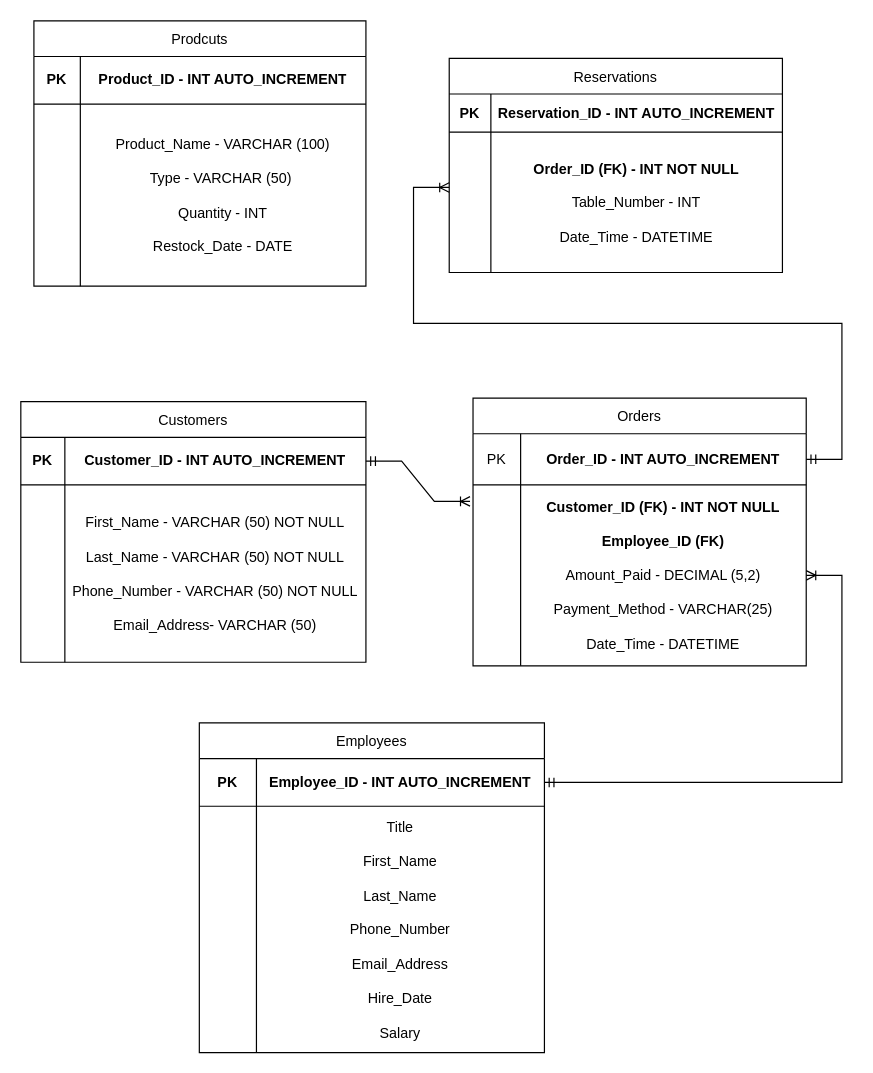
The draw.io diagram 2.A_Diagramming Your Database_Guerrero.V.drawio in Vanessa-Guerrero/W2_Exercises, before the edit. Source tidied: cells renumbered, new cells numbered last; positions are measured from the earlier drawing's top-left corner, leaving out a move shared by most shapes. Both pictures are drawn from the tidied source at 119%, with x=0, y=0 at pixel (20, 20).
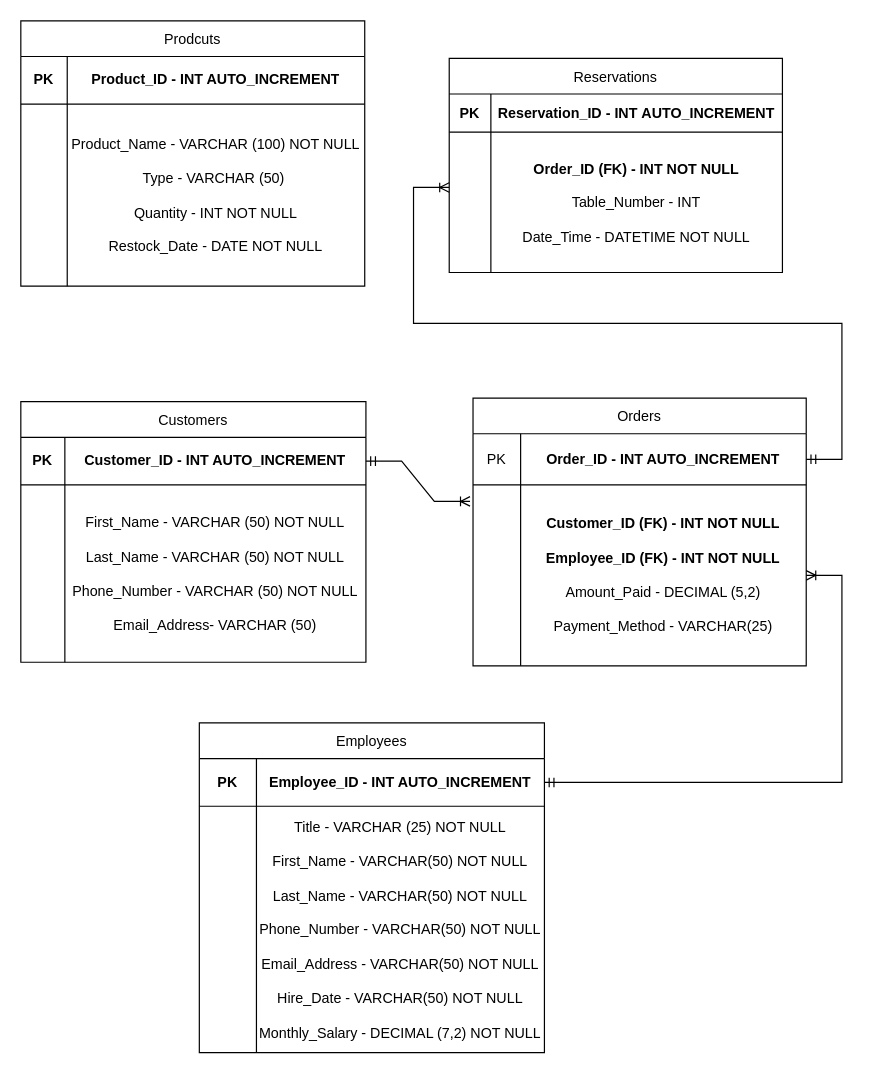
The same diagram, later.

Unchanged cells that the change refers to:
```xml
<mxCell id="6" style="shape=tableRow;horizontal=0;startSize=0;swimlaneHead=0;swimlaneBody=0;strokeColor=inherit;top=0;left=0;bottom=0;right=0;fillColor=none;points=[[0,0.5],[1,0.5]];portConstraint=eastwest;" parent="2" vertex="1">
  <mxGeometry y="73" width="280" height="152" as="geometry" />
</mxCell>
<mxCell id="20" style="shape=tableRow;horizontal=0;startSize=0;swimlaneHead=0;swimlaneBody=0;strokeColor=inherit;top=0;left=0;bottom=0;right=0;fillColor=none;" parent="16" vertex="1">
  <mxGeometry y="70" width="290" height="207" as="geometry" />
</mxCell>
<mxCell id="34" style="shape=tableRow;horizontal=0;startSize=0;swimlaneHead=0;swimlaneBody=0;strokeColor=inherit;top=0;left=0;bottom=0;right=0;fillColor=none;" parent="30" vertex="1">
  <mxGeometry y="62" width="280" height="118" as="geometry" />
</mxCell>
```

Change to the diagram source:
```diff
@@
-    <mxCell id="8" value="&lt;div&gt;&lt;b&gt;Customer_ID&lt;/b&gt; &lt;b&gt;(FK) - INT NOT NULL&lt;/b&gt;&lt;/div&gt;&lt;div&gt;&lt;br&gt;&lt;/div&gt;&lt;div&gt;&lt;b&gt;Employee_ID (FK)&lt;/b&gt;&lt;/div&gt;&lt;div&gt;&lt;br&gt;&lt;/div&gt;Amount_Paid - DECIMAL (5,2)&lt;div&gt;&lt;br&gt;&lt;div&gt;Payment_Method - VARCHAR(25)&lt;br&gt;&lt;/div&gt;&lt;/div&gt;&lt;div&gt;&lt;br&gt;&lt;/div&gt;&lt;div&gt;Date_Time - DATETIME&lt;br&gt;&lt;/div&gt;" style="shape=partialRectangle;html=1;whiteSpace=wrap;strokeColor=inherit;overflow=hidden;fillColor=none;top=0;left=0;bottom=0;right=0;" parent="6" vertex="1">
+    <mxCell id="8" value="&lt;div&gt;&lt;b&gt;Customer_ID&lt;/b&gt; &lt;b&gt;(FK) - INT NOT NULL&lt;/b&gt;&lt;/div&gt;&lt;div&gt;&lt;br&gt;&lt;/div&gt;&lt;div&gt;&lt;b&gt;Employee_ID (FK) - INT NOT NULL&lt;/b&gt;&lt;/div&gt;&lt;div&gt;&lt;br&gt;&lt;/div&gt;Amount_Paid - DECIMAL (5,2)&lt;div&gt;&lt;br&gt;&lt;div&gt;Payment_Method - VARCHAR(25)&lt;/div&gt;&lt;/div&gt;" style="shape=partialRectangle;html=1;whiteSpace=wrap;strokeColor=inherit;overflow=hidden;fillColor=none;top=0;left=0;bottom=0;right=0;" parent="6" vertex="1">
       <mxGeometry x="40" width="240" height="152" as="geometry" />
     </mxCell>
@@
-    <mxCell id="22" value="&lt;div&gt;Title&lt;/div&gt;&lt;div&gt;&lt;br&gt;&lt;/div&gt;First_Name&lt;div&gt;&lt;br&gt;&lt;/div&gt;&lt;div&gt;Last_Name&lt;/div&gt;&lt;div&gt;&lt;br&gt;&lt;/div&gt;&lt;div&gt;Phone_Number&lt;/div&gt;&lt;div&gt;&lt;br&gt;&lt;/div&gt;&lt;div&gt;Email_Address&lt;/div&gt;&lt;div&gt;&lt;br&gt;&lt;/div&gt;&lt;div&gt;Hire_Date&lt;/div&gt;&lt;div&gt;&lt;br&gt;&lt;/div&gt;&lt;div&gt;Salary&lt;/div&gt;" style="shape=partialRectangle;html=1;whiteSpace=wrap;strokeColor=inherit;overflow=hidden;fillColor=none;top=0;left=0;bottom=0;right=0;" parent="20" vertex="1">
+    <mxCell id="22" value="&lt;div&gt;Title - VARCHAR (25)&amp;nbsp;&lt;span style=&quot;background-color: initial;&quot;&gt;NOT NULL&lt;/span&gt;&lt;/div&gt;&lt;div&gt;&lt;br&gt;&lt;/div&gt;First_Name - VARCHAR(50) NOT NULL&lt;div&gt;&lt;br&gt;&lt;/div&gt;&lt;div&gt;Last_Name&amp;nbsp;&lt;span style=&quot;background-color: initial;&quot;&gt;- VARCHAR(50) NOT NULL&lt;/span&gt;&lt;/div&gt;&lt;div&gt;&lt;br&gt;&lt;/div&gt;&lt;div&gt;Phone_Number&amp;nbsp;&lt;span style=&quot;background-color: initial;&quot;&gt;- VARCHAR(50) NOT NULL&lt;/span&gt;&lt;/div&gt;&lt;div&gt;&lt;br&gt;&lt;/div&gt;&lt;div&gt;Email_Address&lt;span style=&quot;background-color: initial;&quot;&gt;&amp;nbsp;&lt;/span&gt;&lt;span style=&quot;background-color: initial;&quot;&gt;- VARCHAR(50) NOT NULL&lt;/span&gt;&lt;/div&gt;&lt;div&gt;&lt;br&gt;&lt;/div&gt;&lt;div&gt;Hire_Date&lt;span style=&quot;background-color: initial;&quot;&gt;&amp;nbsp;&lt;/span&gt;&lt;span style=&quot;background-color: initial;&quot;&gt;- VARCHAR(50) NOT NULL&lt;/span&gt;&lt;/div&gt;&lt;div&gt;&lt;br&gt;&lt;/div&gt;&lt;div&gt;Monthly_Salary&amp;nbsp;&lt;span style=&quot;background-color: initial;&quot;&gt;- DECIMAL (7,2) NOT NULL&lt;/span&gt;&lt;/div&gt;" style="shape=partialRectangle;html=1;whiteSpace=wrap;strokeColor=inherit;overflow=hidden;fillColor=none;top=0;left=0;bottom=0;right=0;" parent="20" vertex="1">
       <mxGeometry x="48" width="242" height="207" as="geometry" />
     </mxCell>
     <mxCell id="23" value="Prodcuts" style="shape=table;startSize=30;childLayout=tableLayout;" parent="1" vertex="1">
-      <mxGeometry x="11" width="279" height="223" as="geometry" />
+      <mxGeometry width="289" height="223" as="geometry" />
     </mxCell>
     <mxCell id="24" style="shape=tableRow;horizontal=0;startSize=0;swimlaneHead=0;swimlaneBody=0;strokeColor=inherit;top=0;left=0;bottom=0;right=0;fillColor=none;" parent="23" vertex="1">
-      <mxGeometry y="30" width="279" height="40" as="geometry" />
+      <mxGeometry y="30" width="289" height="40" as="geometry" />
     </mxCell>
@@
     <mxCell id="26" value="Product_ID - INT AUTO_INCREMENT" style="shape=partialRectangle;html=1;whiteSpace=wrap;strokeColor=inherit;overflow=hidden;fillColor=none;top=0;left=0;bottom=0;right=0;fontStyle=1;" parent="24" vertex="1">
-      <mxGeometry x="39" width="240" height="40" as="geometry" />
+      <mxGeometry x="39" width="250" height="40" as="geometry" />
     </mxCell>
     <mxCell id="27" style="shape=tableRow;horizontal=0;startSize=0;swimlaneHead=0;swimlaneBody=0;strokeColor=inherit;top=0;left=0;bottom=0;right=0;fillColor=none;" parent="23" vertex="1">
-      <mxGeometry y="70" width="279" height="153" as="geometry" />
+      <mxGeometry y="70" width="289" height="153" as="geometry" />
     </mxCell>
@@
-    <mxCell id="29" value="&lt;div&gt;&lt;span style=&quot;background-color: initial;&quot;&gt;Product_Name - VARCHAR (100)&lt;br&gt;&lt;/span&gt;&lt;br&gt;&lt;/div&gt;&lt;div&gt;Type - VARCHAR (50)&amp;nbsp;&lt;/div&gt;&lt;div&gt;&lt;div&gt;&lt;br&gt;&lt;/div&gt;&lt;div&gt;Quantity - INT&lt;/div&gt;&lt;div&gt;&lt;br&gt;&lt;/div&gt;&lt;div&gt;Restock_Date - DATE&lt;/div&gt;&lt;/div&gt;" style="shape=partialRectangle;html=1;whiteSpace=wrap;strokeColor=inherit;overflow=hidden;fillColor=none;top=0;left=0;bottom=0;right=0;" parent="27" vertex="1">
-      <mxGeometry x="39" width="240" height="153" as="geometry" />
+    <mxCell id="29" value="&lt;div&gt;&lt;span style=&quot;background-color: initial;&quot;&gt;Product_Name - VARCHAR (100) NOT NULL&lt;br&gt;&lt;/span&gt;&lt;br&gt;&lt;/div&gt;&lt;div&gt;Type - VARCHAR (50)&amp;nbsp;&lt;/div&gt;&lt;div&gt;&lt;div&gt;&lt;br&gt;&lt;/div&gt;&lt;div&gt;Quantity - INT NOT NULL&lt;/div&gt;&lt;div&gt;&lt;br&gt;&lt;/div&gt;&lt;div&gt;Restock_Date - DATE NOT NULL&lt;/div&gt;&lt;/div&gt;" style="shape=partialRectangle;html=1;whiteSpace=wrap;strokeColor=inherit;overflow=hidden;fillColor=none;top=0;left=0;bottom=0;right=0;" parent="27" vertex="1">
+      <mxGeometry x="39" width="250" height="153" as="geometry" />
     </mxCell>
@@
-    <mxCell id="36" value="&lt;div&gt;&lt;b&gt;Order_ID&amp;nbsp;&lt;/b&gt;&lt;b style=&quot;background-color: initial;&quot;&gt;(FK) - INT NOT NULL&lt;/b&gt;&lt;br&gt;&lt;/div&gt;&lt;div&gt;&lt;br&gt;&lt;/div&gt;Table_Number - INT&lt;div&gt;&lt;br&gt;&lt;/div&gt;&lt;div&gt;Date_Time - DATETIME&lt;/div&gt;" style="shape=partialRectangle;html=1;whiteSpace=wrap;strokeColor=inherit;overflow=hidden;fillColor=none;top=0;left=0;bottom=0;right=0;" parent="34" vertex="1">
+    <mxCell id="36" value="&lt;div&gt;&lt;b&gt;Order_ID&amp;nbsp;&lt;/b&gt;&lt;b style=&quot;background-color: initial;&quot;&gt;(FK) - INT NOT NULL&lt;/b&gt;&lt;br&gt;&lt;/div&gt;&lt;div&gt;&lt;br&gt;&lt;/div&gt;Table_Number - INT&lt;div&gt;&lt;br&gt;&lt;/div&gt;&lt;div&gt;Date_Time - DATETIME NOT NULL&lt;/div&gt;" style="shape=partialRectangle;html=1;whiteSpace=wrap;strokeColor=inherit;overflow=hidden;fillColor=none;top=0;left=0;bottom=0;right=0;" parent="34" vertex="1">
       <mxGeometry x="35" width="245" height="118" as="geometry" />
     </mxCell>
```
